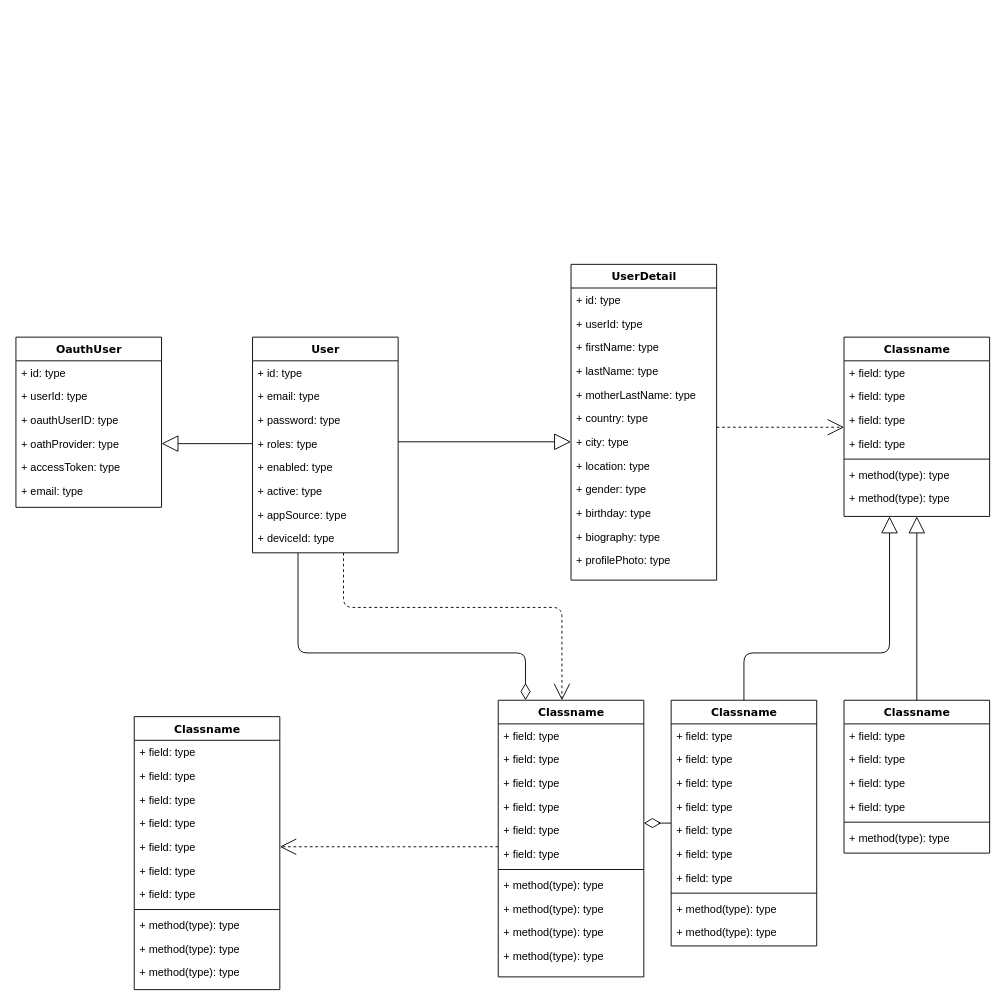
This is Tablas.drawio from abelo003/models, a draw.io file, before an edit. Source tidied: cells renumbered, new cells numbered last; positions are measured from the earlier drawing's top-left corner, leaving out a move shared by most shapes. Both pictures are drawn from the tidied source at 91%, with x=0, y=0 at pixel (15, 264).
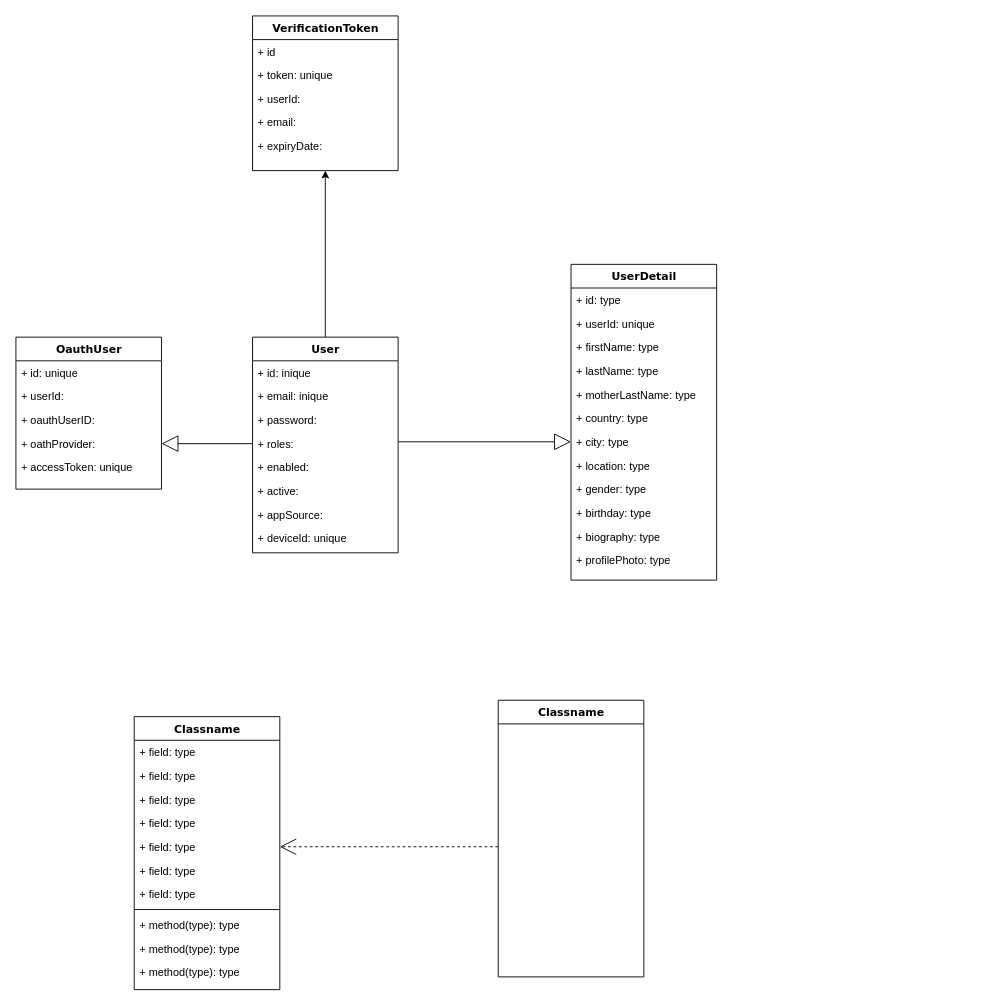
Above is the later version.

The change refers to these unchanged cells:
```xml
<mxCell id="4" value="User" style="swimlane;html=1;fontStyle=1;align=center;verticalAlign=top;horizontal=1;startSize=26;swimlaneFillColor=#ffffff;rounded=0;shadow=0;comic=0;labelBackgroundColor=none;strokeWidth=1;fillColor=none;fontFamily=Verdana;fontSize=12;" parent="1" vertex="1">
  <mxGeometry x="260" y="80" width="160" height="237" as="geometry" />
</mxCell>
<mxCell id="14" value="UserDetail" style="swimlane;html=1;fontStyle=1;align=center;verticalAlign=top;horizontal=1;startSize=26;swimlaneFillColor=#ffffff;rounded=0;shadow=0;comic=0;labelBackgroundColor=none;strokeWidth=1;fillColor=none;fontFamily=Verdana;fontSize=12;" parent="1" vertex="1">
  <mxGeometry x="610" width="160" height="347" as="geometry" />
</mxCell>
<mxCell id="49" value="Classname" style="swimlane;html=1;fontStyle=1;align=center;verticalAlign=top;horizontal=1;startSize=26;swimlaneFillColor=#ffffff;rounded=0;shadow=0;comic=0;labelBackgroundColor=none;strokeWidth=1;fillColor=none;fontFamily=Verdana;fontSize=12;" parent="1" vertex="1">
  <mxGeometry x="530" y="479" width="160" height="304" as="geometry" />
</mxCell>
```

The edit, as a diff of the source:
```diff
@@
-    <mxCell id="2" style="edgeStyle=orthogonalEdgeStyle;html=1;labelBackgroundColor=none;startFill=0;startSize=8;endArrow=open;endFill=0;endSize=16;fontFamily=Verdana;fontSize=12;dashed=1;" parent="1" edge="1" source="4" target="49">
-      <mxGeometry relative="1" as="geometry">
-        <Array as="points">
-          <mxPoint x="360" y="377" />
-          <mxPoint x="600" y="377" />
-        </Array>
-      </mxGeometry>
-    </mxCell>
-    <mxCell id="3" style="edgeStyle=orthogonalEdgeStyle;html=1;labelBackgroundColor=none;startFill=0;startSize=8;endArrow=diamondThin;endFill=0;endSize=16;fontFamily=Verdana;fontSize=12;" parent="1" edge="1" source="4" target="49">
-      <mxGeometry relative="1" as="geometry">
-        <Array as="points">
-          <mxPoint x="310" y="427" />
-          <mxPoint x="560" y="427" />
-        </Array>
-      </mxGeometry>
-    </mxCell>
@@
-    <mxCell id="5" value="+ id: type" style="text;html=1;strokeColor=none;fillColor=none;align=left;verticalAlign=top;spacingLeft=4;spacingRight=4;whiteSpace=wrap;overflow=hidden;" parent="4" vertex="1">
+    <mxCell id="5" value="+ id: inique" style="text;html=1;strokeColor=none;fillColor=none;align=left;verticalAlign=top;spacingLeft=4;spacingRight=4;whiteSpace=wrap;overflow=hidden;" parent="4" vertex="1">
       <mxGeometry y="26" width="160" height="26" as="geometry" />
     </mxCell>
-    <mxCell id="6" value="+ email: type" style="text;html=1;strokeColor=none;fillColor=none;align=left;verticalAlign=top;spacingLeft=4;spacingRight=4;whiteSpace=wrap;overflow=hidden;" parent="4" vertex="1">
+    <mxCell id="6" value="+ email: inique" style="text;html=1;strokeColor=none;fillColor=none;align=left;verticalAlign=top;spacingLeft=4;spacingRight=4;whiteSpace=wrap;overflow=hidden;" parent="4" vertex="1">
       <mxGeometry y="52" width="160" height="26" as="geometry" />
     </mxCell>
-    <mxCell id="7" value="+ password: type" style="text;html=1;strokeColor=none;fillColor=none;align=left;verticalAlign=top;spacingLeft=4;spacingRight=4;whiteSpace=wrap;overflow=hidden;" parent="4" vertex="1">
+    <mxCell id="7" value="+ password:&amp;nbsp;" style="text;html=1;strokeColor=none;fillColor=none;align=left;verticalAlign=top;spacingLeft=4;spacingRight=4;whiteSpace=wrap;overflow=hidden;" parent="4" vertex="1">
       <mxGeometry y="78" width="160" height="26" as="geometry" />
     </mxCell>
-    <mxCell id="8" value="+ roles: type" style="text;html=1;strokeColor=none;fillColor=none;align=left;verticalAlign=top;spacingLeft=4;spacingRight=4;whiteSpace=wrap;overflow=hidden;points=[[0,0.5],[1,0.5]];portConstraint=eastwest;" parent="4" vertex="1">
+    <mxCell id="8" value="+ roles:&amp;nbsp;" style="text;html=1;strokeColor=none;fillColor=none;align=left;verticalAlign=top;spacingLeft=4;spacingRight=4;whiteSpace=wrap;overflow=hidden;points=[[0,0.5],[1,0.5]];portConstraint=eastwest;" parent="4" vertex="1">
       <mxGeometry y="104" width="160" height="26" as="geometry" />
     </mxCell>
-    <mxCell id="9" value="+ enabled: type" style="text;html=1;strokeColor=none;fillColor=none;align=left;verticalAlign=top;spacingLeft=4;spacingRight=4;whiteSpace=wrap;overflow=hidden;" parent="4" vertex="1">
+    <mxCell id="9" value="+ enabled:&amp;nbsp;" style="text;html=1;strokeColor=none;fillColor=none;align=left;verticalAlign=top;spacingLeft=4;spacingRight=4;whiteSpace=wrap;overflow=hidden;" parent="4" vertex="1">
       <mxGeometry y="130" width="160" height="26" as="geometry" />
     </mxCell>
-    <mxCell id="10" value="+ active: type" style="text;html=1;strokeColor=none;fillColor=none;align=left;verticalAlign=top;spacingLeft=4;spacingRight=4;whiteSpace=wrap;overflow=hidden;" parent="4" vertex="1">
+    <mxCell id="10" value="+ active:&amp;nbsp;" style="text;html=1;strokeColor=none;fillColor=none;align=left;verticalAlign=top;spacingLeft=4;spacingRight=4;whiteSpace=wrap;overflow=hidden;" parent="4" vertex="1">
       <mxGeometry y="156" width="160" height="26" as="geometry" />
     </mxCell>
-    <mxCell id="11" value="+ appSource: type" style="text;html=1;strokeColor=none;fillColor=none;align=left;verticalAlign=top;spacingLeft=4;spacingRight=4;whiteSpace=wrap;overflow=hidden;" parent="4" vertex="1">
+    <mxCell id="11" value="+ appSource:&amp;nbsp;" style="text;html=1;strokeColor=none;fillColor=none;align=left;verticalAlign=top;spacingLeft=4;spacingRight=4;whiteSpace=wrap;overflow=hidden;" parent="4" vertex="1">
       <mxGeometry y="182" width="160" height="26" as="geometry" />
     </mxCell>
-    <mxCell id="12" value="+ deviceId: type" style="text;html=1;strokeColor=none;fillColor=none;align=left;verticalAlign=top;spacingLeft=4;spacingRight=4;whiteSpace=wrap;overflow=hidden;" parent="4" vertex="1">
+    <mxCell id="12" value="+ deviceId: unique" style="text;html=1;strokeColor=none;fillColor=none;align=left;verticalAlign=top;spacingLeft=4;spacingRight=4;whiteSpace=wrap;overflow=hidden;" parent="4" vertex="1">
       <mxGeometry y="208" width="160" height="26" as="geometry" />
     </mxCell>
-    <mxCell id="13" style="edgeStyle=elbowEdgeStyle;html=1;labelBackgroundColor=none;startFill=0;startSize=8;endArrow=open;endFill=0;endSize=16;fontFamily=Verdana;fontSize=12;elbow=vertical;dashed=1;" parent="1" edge="1" source="14" target="27">
-      <mxGeometry relative="1" as="geometry" />
-    </mxCell>
@@
-    <mxCell id="16" value="+ userId: type" style="text;html=1;strokeColor=none;fillColor=none;align=left;verticalAlign=top;spacingLeft=4;spacingRight=4;whiteSpace=wrap;overflow=hidden;" parent="14" vertex="1">
+    <mxCell id="16" value="+ userId: unique" style="text;html=1;strokeColor=none;fillColor=none;align=left;verticalAlign=top;spacingLeft=4;spacingRight=4;whiteSpace=wrap;overflow=hidden;" parent="14" vertex="1">
       <mxGeometry y="52" width="160" height="26" as="geometry" />
     </mxCell>
@@
-    <mxCell id="27" value="Classname" style="swimlane;html=1;fontStyle=1;align=center;verticalAlign=top;horizontal=1;startSize=26;swimlaneFillColor=#ffffff;rounded=0;shadow=0;comic=0;labelBackgroundColor=none;strokeWidth=1;fillColor=none;fontFamily=Verdana;fontSize=12;" parent="1" vertex="1">
-      <mxGeometry x="910" y="80" width="160" height="197" as="geometry" />
+    <mxCell id="27" value="VerificationToken" style="swimlane;html=1;fontStyle=1;align=center;verticalAlign=top;horizontal=1;startSize=26;swimlaneFillColor=#ffffff;rounded=0;shadow=0;comic=0;labelBackgroundColor=none;strokeWidth=1;fillColor=none;fontFamily=Verdana;fontSize=12;" parent="1" vertex="1">
+      <mxGeometry x="260" y="-273" width="160" height="170" as="geometry" />
     </mxCell>
-    <mxCell id="28" value="+ field: type" style="text;html=1;strokeColor=none;fillColor=none;align=left;verticalAlign=top;spacingLeft=4;spacingRight=4;whiteSpace=wrap;overflow=hidden;" parent="27" vertex="1">
+    <mxCell id="28" value="+ id" style="text;html=1;strokeColor=none;fillColor=none;align=left;verticalAlign=top;spacingLeft=4;spacingRight=4;whiteSpace=wrap;overflow=hidden;" parent="27" vertex="1">
       <mxGeometry y="26" width="160" height="26" as="geometry" />
     </mxCell>
-    <mxCell id="29" value="+ field: type" style="text;html=1;strokeColor=none;fillColor=none;align=left;verticalAlign=top;spacingLeft=4;spacingRight=4;whiteSpace=wrap;overflow=hidden;" parent="27" vertex="1">
+    <mxCell id="29" value="+ token: unique" style="text;html=1;strokeColor=none;fillColor=none;align=left;verticalAlign=top;spacingLeft=4;spacingRight=4;whiteSpace=wrap;overflow=hidden;" parent="27" vertex="1">
       <mxGeometry y="52" width="160" height="26" as="geometry" />
     </mxCell>
-    <mxCell id="30" value="+ field: type" style="text;html=1;strokeColor=none;fillColor=none;align=left;verticalAlign=top;spacingLeft=4;spacingRight=4;whiteSpace=wrap;overflow=hidden;" parent="27" vertex="1">
+    <mxCell id="30" value="+ userId:&amp;nbsp;" style="text;html=1;strokeColor=none;fillColor=none;align=left;verticalAlign=top;spacingLeft=4;spacingRight=4;whiteSpace=wrap;overflow=hidden;" parent="27" vertex="1">
       <mxGeometry y="78" width="160" height="26" as="geometry" />
     </mxCell>
-    <mxCell id="31" value="+ field: type" style="text;html=1;strokeColor=none;fillColor=none;align=left;verticalAlign=top;spacingLeft=4;spacingRight=4;whiteSpace=wrap;overflow=hidden;" parent="27" vertex="1">
+    <mxCell id="31" value="+ email:&amp;nbsp;" style="text;html=1;strokeColor=none;fillColor=none;align=left;verticalAlign=top;spacingLeft=4;spacingRight=4;whiteSpace=wrap;overflow=hidden;" parent="27" vertex="1">
       <mxGeometry y="104" width="160" height="26" as="geometry" />
     </mxCell>
-    <mxCell id="32" style="line;html=1;strokeWidth=1;fillColor=none;align=left;verticalAlign=middle;spacingTop=-1;spacingLeft=3;spacingRight=3;labelPosition=right;" parent="27" vertex="1">
-      <mxGeometry y="130" width="160" height="8" as="geometry" />
-    </mxCell>
-    <mxCell id="33" value="+ method(type): type" style="text;html=1;strokeColor=none;fillColor=none;align=left;verticalAlign=top;spacingLeft=4;spacingRight=4;whiteSpace=wrap;overflow=hidden;" parent="27" vertex="1">
-      <mxGeometry y="138" width="160" height="26" as="geometry" />
-    </mxCell>
-    <mxCell id="34" value="+ method(type): type" style="text;html=1;strokeColor=none;fillColor=none;align=left;verticalAlign=top;spacingLeft=4;spacingRight=4;whiteSpace=wrap;overflow=hidden;" parent="27" vertex="1">
-      <mxGeometry y="164" width="160" height="26" as="geometry" />
+    <mxCell id="34" value="+ expiryDate:" style="text;html=1;strokeColor=none;fillColor=none;align=left;verticalAlign=top;spacingLeft=4;spacingRight=4;whiteSpace=wrap;overflow=hidden;" parent="27" vertex="1">
+      <mxGeometry y="130" width="160" height="26" as="geometry" />
     </mxCell>
@@
-    <mxCell id="48" style="edgeStyle=elbowEdgeStyle;html=1;labelBackgroundColor=none;startFill=0;startSize=8;endArrow=diamondThin;endFill=0;endSize=16;fontFamily=Verdana;fontSize=12;elbow=vertical;" parent="1" edge="1" source="62" target="49">
-      <mxGeometry relative="1" as="geometry" />
-    </mxCell>
@@
-    <mxCell id="50" value="+ field: type" style="text;html=1;strokeColor=none;fillColor=none;align=left;verticalAlign=top;spacingLeft=4;spacingRight=4;whiteSpace=wrap;overflow=hidden;" parent="49" vertex="1">
-      <mxGeometry y="26" width="160" height="26" as="geometry" />
-    </mxCell>
-    <mxCell id="51" value="+ field: type" style="text;html=1;strokeColor=none;fillColor=none;align=left;verticalAlign=top;spacingLeft=4;spacingRight=4;whiteSpace=wrap;overflow=hidden;" parent="49" vertex="1">
-      <mxGeometry y="52" width="160" height="26" as="geometry" />
-    </mxCell>
-    <mxCell id="52" value="+ field: type" style="text;html=1;strokeColor=none;fillColor=none;align=left;verticalAlign=top;spacingLeft=4;spacingRight=4;whiteSpace=wrap;overflow=hidden;" parent="49" vertex="1">
-      <mxGeometry y="78" width="160" height="26" as="geometry" />
-    </mxCell>
-    <mxCell id="53" value="+ field: type" style="text;html=1;strokeColor=none;fillColor=none;align=left;verticalAlign=top;spacingLeft=4;spacingRight=4;whiteSpace=wrap;overflow=hidden;" parent="49" vertex="1">
-      <mxGeometry y="104" width="160" height="26" as="geometry" />
-    </mxCell>
-    <mxCell id="54" value="+ field: type" style="text;html=1;strokeColor=none;fillColor=none;align=left;verticalAlign=top;spacingLeft=4;spacingRight=4;whiteSpace=wrap;overflow=hidden;" parent="49" vertex="1">
-      <mxGeometry y="130" width="160" height="26" as="geometry" />
-    </mxCell>
-    <mxCell id="55" value="+ field: type" style="text;html=1;strokeColor=none;fillColor=none;align=left;verticalAlign=top;spacingLeft=4;spacingRight=4;whiteSpace=wrap;overflow=hidden;" parent="49" vertex="1">
-      <mxGeometry y="156" width="160" height="26" as="geometry" />
-    </mxCell>
-    <mxCell id="56" style="line;html=1;strokeWidth=1;fillColor=none;align=left;verticalAlign=middle;spacingTop=-1;spacingLeft=3;spacingRight=3;labelPosition=right;" parent="49" vertex="1">
-      <mxGeometry y="182" width="160" height="8" as="geometry" />
-    </mxCell>
-    <mxCell id="57" value="+ method(type): type" style="text;html=1;strokeColor=none;fillColor=none;align=left;verticalAlign=top;spacingLeft=4;spacingRight=4;whiteSpace=wrap;overflow=hidden;" parent="49" vertex="1">
-      <mxGeometry y="190" width="160" height="26" as="geometry" />
-    </mxCell>
-    <mxCell id="58" value="+ method(type): type" style="text;html=1;strokeColor=none;fillColor=none;align=left;verticalAlign=top;spacingLeft=4;spacingRight=4;whiteSpace=wrap;overflow=hidden;" parent="49" vertex="1">
-      <mxGeometry y="216" width="160" height="26" as="geometry" />
-    </mxCell>
-    <mxCell id="59" value="+ method(type): type" style="text;html=1;strokeColor=none;fillColor=none;align=left;verticalAlign=top;spacingLeft=4;spacingRight=4;whiteSpace=wrap;overflow=hidden;" parent="49" vertex="1">
-      <mxGeometry y="242" width="160" height="26" as="geometry" />
-    </mxCell>
-    <mxCell id="60" value="+ method(type): type" style="text;html=1;strokeColor=none;fillColor=none;align=left;verticalAlign=top;spacingLeft=4;spacingRight=4;whiteSpace=wrap;overflow=hidden;" parent="49" vertex="1">
-      <mxGeometry y="268" width="160" height="26" as="geometry" />
-    </mxCell>
-    <mxCell id="61" style="edgeStyle=orthogonalEdgeStyle;html=1;labelBackgroundColor=none;startFill=0;startSize=8;endArrow=block;endFill=0;endSize=16;fontFamily=Verdana;fontSize=12;" parent="1" edge="1" source="62" target="27">
-      <mxGeometry relative="1" as="geometry">
-        <Array as="points">
-          <mxPoint x="800" y="427" />
-          <mxPoint x="960" y="427" />
-        </Array>
-      </mxGeometry>
-    </mxCell>
-    <mxCell id="62" value="Classname" style="swimlane;html=1;fontStyle=1;align=center;verticalAlign=top;horizontal=1;startSize=26;swimlaneFillColor=#ffffff;rounded=0;shadow=0;comic=0;labelBackgroundColor=none;strokeWidth=1;fillColor=none;fontFamily=Verdana;fontSize=12;" parent="1" vertex="1">
-      <mxGeometry x="720" y="479" width="160" height="270" as="geometry" />
-    </mxCell>
-    <mxCell id="63" value="+ field: type" style="text;html=1;strokeColor=none;fillColor=none;align=left;verticalAlign=top;spacingLeft=4;spacingRight=4;whiteSpace=wrap;overflow=hidden;" parent="62" vertex="1">
-      <mxGeometry y="26" width="160" height="26" as="geometry" />
-    </mxCell>
-    <mxCell id="64" value="+ field: type" style="text;html=1;strokeColor=none;fillColor=none;align=left;verticalAlign=top;spacingLeft=4;spacingRight=4;whiteSpace=wrap;overflow=hidden;" parent="62" vertex="1">
-      <mxGeometry y="52" width="160" height="26" as="geometry" />
-    </mxCell>
-    <mxCell id="65" value="+ field: type" style="text;html=1;strokeColor=none;fillColor=none;align=left;verticalAlign=top;spacingLeft=4;spacingRight=4;whiteSpace=wrap;overflow=hidden;" parent="62" vertex="1">
-      <mxGeometry y="78" width="160" height="26" as="geometry" />
-    </mxCell>
-    <mxCell id="66" value="+ field: type" style="text;html=1;strokeColor=none;fillColor=none;align=left;verticalAlign=top;spacingLeft=4;spacingRight=4;whiteSpace=wrap;overflow=hidden;" parent="62" vertex="1">
-      <mxGeometry y="104" width="160" height="26" as="geometry" />
-    </mxCell>
-    <mxCell id="67" value="+ field: type" style="text;html=1;strokeColor=none;fillColor=none;align=left;verticalAlign=top;spacingLeft=4;spacingRight=4;whiteSpace=wrap;overflow=hidden;" parent="62" vertex="1">
-      <mxGeometry y="130" width="160" height="26" as="geometry" />
-    </mxCell>
-    <mxCell id="68" value="+ field: type" style="text;html=1;strokeColor=none;fillColor=none;align=left;verticalAlign=top;spacingLeft=4;spacingRight=4;whiteSpace=wrap;overflow=hidden;" parent="62" vertex="1">
-      <mxGeometry y="156" width="160" height="26" as="geometry" />
-    </mxCell>
-    <mxCell id="69" value="+ field: type" style="text;html=1;strokeColor=none;fillColor=none;align=left;verticalAlign=top;spacingLeft=4;spacingRight=4;whiteSpace=wrap;overflow=hidden;" parent="62" vertex="1">
-      <mxGeometry y="182" width="160" height="26" as="geometry" />
-    </mxCell>
-    <mxCell id="70" style="line;html=1;strokeWidth=1;fillColor=none;align=left;verticalAlign=middle;spacingTop=-1;spacingLeft=3;spacingRight=3;labelPosition=right;" parent="62" vertex="1">
-      <mxGeometry y="208" width="160" height="8" as="geometry" />
-    </mxCell>
-    <mxCell id="71" value="+ method(type): type" style="text;html=1;strokeColor=none;fillColor=none;align=left;verticalAlign=top;spacingLeft=4;spacingRight=4;whiteSpace=wrap;overflow=hidden;" parent="62" vertex="1">
-      <mxGeometry y="216" width="160" height="26" as="geometry" />
-    </mxCell>
-    <mxCell id="72" value="+ method(type): type" style="text;html=1;strokeColor=none;fillColor=none;align=left;verticalAlign=top;spacingLeft=4;spacingRight=4;whiteSpace=wrap;overflow=hidden;" parent="62" vertex="1">
-      <mxGeometry y="242" width="160" height="26" as="geometry" />
-    </mxCell>
-    <mxCell id="73" style="edgeStyle=orthogonalEdgeStyle;html=1;labelBackgroundColor=none;startFill=0;startSize=8;endArrow=block;endFill=0;endSize=16;fontFamily=Verdana;fontSize=12;" parent="1" edge="1" source="74" target="27">
-      <mxGeometry relative="1" as="geometry" />
-    </mxCell>
-    <mxCell id="74" value="Classname" style="swimlane;html=1;fontStyle=1;align=center;verticalAlign=top;horizontal=1;startSize=26;swimlaneFillColor=#ffffff;rounded=0;shadow=0;comic=0;labelBackgroundColor=none;strokeWidth=1;fillColor=none;fontFamily=Verdana;fontSize=12;" parent="1" vertex="1">
-      <mxGeometry x="910" y="479" width="160" height="168" as="geometry" />
-    </mxCell>
-    <mxCell id="75" value="+ field: type" style="text;html=1;strokeColor=none;fillColor=none;align=left;verticalAlign=top;spacingLeft=4;spacingRight=4;whiteSpace=wrap;overflow=hidden;" parent="74" vertex="1">
-      <mxGeometry y="26" width="160" height="26" as="geometry" />
-    </mxCell>
-    <mxCell id="76" value="+ field: type" style="text;html=1;strokeColor=none;fillColor=none;align=left;verticalAlign=top;spacingLeft=4;spacingRight=4;whiteSpace=wrap;overflow=hidden;" parent="74" vertex="1">
-      <mxGeometry y="52" width="160" height="26" as="geometry" />
-    </mxCell>
-    <mxCell id="77" value="+ field: type" style="text;html=1;strokeColor=none;fillColor=none;align=left;verticalAlign=top;spacingLeft=4;spacingRight=4;whiteSpace=wrap;overflow=hidden;" parent="74" vertex="1">
-      <mxGeometry y="78" width="160" height="26" as="geometry" />
-    </mxCell>
-    <mxCell id="78" value="+ field: type" style="text;html=1;strokeColor=none;fillColor=none;align=left;verticalAlign=top;spacingLeft=4;spacingRight=4;whiteSpace=wrap;overflow=hidden;" parent="74" vertex="1">
-      <mxGeometry y="104" width="160" height="26" as="geometry" />
-    </mxCell>
-    <mxCell id="79" style="line;html=1;strokeWidth=1;fillColor=none;align=left;verticalAlign=middle;spacingTop=-1;spacingLeft=3;spacingRight=3;labelPosition=right;" parent="74" vertex="1">
-      <mxGeometry y="130" width="160" height="8" as="geometry" />
-    </mxCell>
-    <mxCell id="80" value="+ method(type): type" style="text;html=1;strokeColor=none;fillColor=none;align=left;verticalAlign=top;spacingLeft=4;spacingRight=4;whiteSpace=wrap;overflow=hidden;" parent="74" vertex="1">
-      <mxGeometry y="138" width="160" height="26" as="geometry" />
-    </mxCell>
@@
     <mxCell id="82" value="OauthUser" style="swimlane;html=1;fontStyle=1;align=center;verticalAlign=top;horizontal=1;startSize=26;swimlaneFillColor=#ffffff;rounded=0;shadow=0;comic=0;labelBackgroundColor=none;strokeWidth=1;fillColor=none;fontFamily=Verdana;fontSize=12;" parent="1" vertex="1">
-      <mxGeometry y="80" width="160" height="187" as="geometry" />
+      <mxGeometry y="80" width="160" height="167" as="geometry" />
     </mxCell>
-    <mxCell id="83" value="+ id: type" style="text;html=1;strokeColor=none;fillColor=none;align=left;verticalAlign=top;spacingLeft=4;spacingRight=4;whiteSpace=wrap;overflow=hidden;" parent="82" vertex="1">
+    <mxCell id="83" value="+ id: unique" style="text;html=1;strokeColor=none;fillColor=none;align=left;verticalAlign=top;spacingLeft=4;spacingRight=4;whiteSpace=wrap;overflow=hidden;" parent="82" vertex="1">
       <mxGeometry y="26" width="160" height="26" as="geometry" />
     </mxCell>
-    <mxCell id="84" value="+ userId: type" style="text;html=1;strokeColor=none;fillColor=none;align=left;verticalAlign=top;spacingLeft=4;spacingRight=4;whiteSpace=wrap;overflow=hidden;" parent="82" vertex="1">
+    <mxCell id="84" value="+ userId:" style="text;html=1;strokeColor=none;fillColor=none;align=left;verticalAlign=top;spacingLeft=4;spacingRight=4;whiteSpace=wrap;overflow=hidden;" parent="82" vertex="1">
       <mxGeometry y="52" width="160" height="26" as="geometry" />
     </mxCell>
-    <mxCell id="85" value="+ oauthUserID: type" style="text;html=1;strokeColor=none;fillColor=none;align=left;verticalAlign=top;spacingLeft=4;spacingRight=4;whiteSpace=wrap;overflow=hidden;" parent="82" vertex="1">
+    <mxCell id="85" value="+ oauthUserID:" style="text;html=1;strokeColor=none;fillColor=none;align=left;verticalAlign=top;spacingLeft=4;spacingRight=4;whiteSpace=wrap;overflow=hidden;" parent="82" vertex="1">
       <mxGeometry y="78" width="160" height="26" as="geometry" />
     </mxCell>
-    <mxCell id="86" value="+ oathProvider: type" style="text;html=1;strokeColor=none;fillColor=none;align=left;verticalAlign=top;spacingLeft=4;spacingRight=4;whiteSpace=wrap;overflow=hidden;points=[[0,0.5],[1,0.5]];portConstraint=eastwest;" parent="82" vertex="1">
+    <mxCell id="86" value="+ oathProvider:" style="text;html=1;strokeColor=none;fillColor=none;align=left;verticalAlign=top;spacingLeft=4;spacingRight=4;whiteSpace=wrap;overflow=hidden;points=[[0,0.5],[1,0.5]];portConstraint=eastwest;" parent="82" vertex="1">
       <mxGeometry y="104" width="160" height="26" as="geometry" />
     </mxCell>
-    <mxCell id="87" value="+ accessToken: type" style="text;html=1;strokeColor=none;fillColor=none;align=left;verticalAlign=top;spacingLeft=4;spacingRight=4;whiteSpace=wrap;overflow=hidden;" parent="82" vertex="1">
+    <mxCell id="87" value="+ accessToken: unique" style="text;html=1;strokeColor=none;fillColor=none;align=left;verticalAlign=top;spacingLeft=4;spacingRight=4;whiteSpace=wrap;overflow=hidden;" parent="82" vertex="1">
       <mxGeometry y="130" width="160" height="26" as="geometry" />
     </mxCell>
-    <mxCell id="88" value="+ email: type" style="text;html=1;strokeColor=none;fillColor=none;align=left;verticalAlign=top;spacingLeft=4;spacingRight=4;whiteSpace=wrap;overflow=hidden;" parent="82" vertex="1">
-      <mxGeometry y="156" width="160" height="26" as="geometry" />
-    </mxCell>
@@
+    <mxCell id="90" style="endArrow=classic;html=1;exitX=0.5;exitY=0;exitDx=0;exitDy=0;entryX=0.5;entryY=1;entryDx=0;entryDy=0;" parent="1" edge="1" source="4" target="27">
+      <mxGeometry relative="1" as="geometry" />
+    </mxCell>
```
